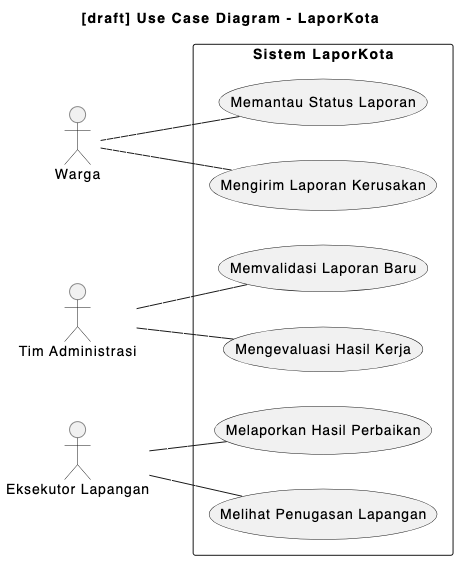
The PlantUML diagram docs/M3/assets/diagram/uc-diagram.png in RPL-24/IF2150-RPL, before a commit. Its source is kept beside it as docs/M3/assets/diagram/uc-diagram.puml. Its diagram source:
```plantuml
@startuml UC-diagram
title [draft] Use Case Diagram - LaporKota
left to right direction

actor "Warga" as warga
actor "Tim Administrasi" as admin
actor "Eksekutor Lapangan" as eksekutor

rectangle "Sistem LaporKota" {
  usecase "Mengirim Laporan Kerusakan" as UC1
  usecase "Memvalidasi Laporan Baru" as UC2
  usecase "Melihat Penugasan Lapangan" as UC3
  usecase "Melaporkan Hasil Perbaikan" as UC4
  usecase "Mengevaluasi Hasil Kerja" as UC5
  usecase "Memantau Status Laporan" as UC6
}

warga -- UC1
admin -- UC2
eksekutor -- UC3
eksekutor -- UC4
admin -- UC5
warga -- UC6


@enduml
```
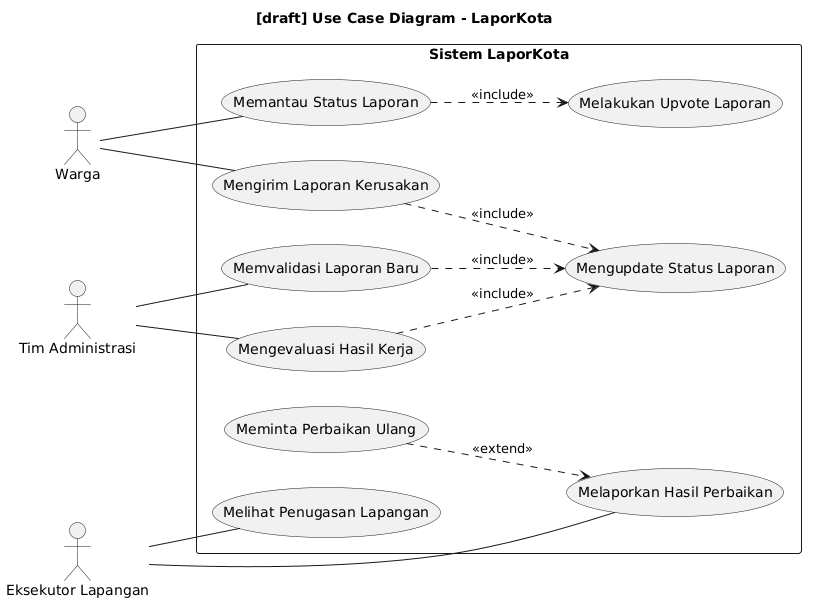
The same file after the commit.

Commit message:
docs: Revisi UC Diagram

What changed in the source:
```diff
@@ -13,6 +13,9 @@
   usecase "Melaporkan Hasil Perbaikan" as UC4
   usecase "Mengevaluasi Hasil Kerja" as UC5
   usecase "Memantau Status Laporan" as UC6
+  usecase "Mengupdate Status Laporan" as UC_Status
+  usecase "Meminta Perbaikan Ulang" as UC_Rework
+  usecase "Melakukan Upvote Laporan" as UC_Upvote
 }
 
 warga -- UC1
@@ -22,5 +25,11 @@
 admin -- UC5
 warga -- UC6
 
+UC1 ..> UC_Status : <<include>>
+UC2 ..> UC_Status : <<include>>
+UC5 ..> UC_Status : <<include>>
+UC6 ..> UC_Upvote : <<include>>
+UC_Rework ..> UC4 : <<extend>>
+
 
 @enduml
```
